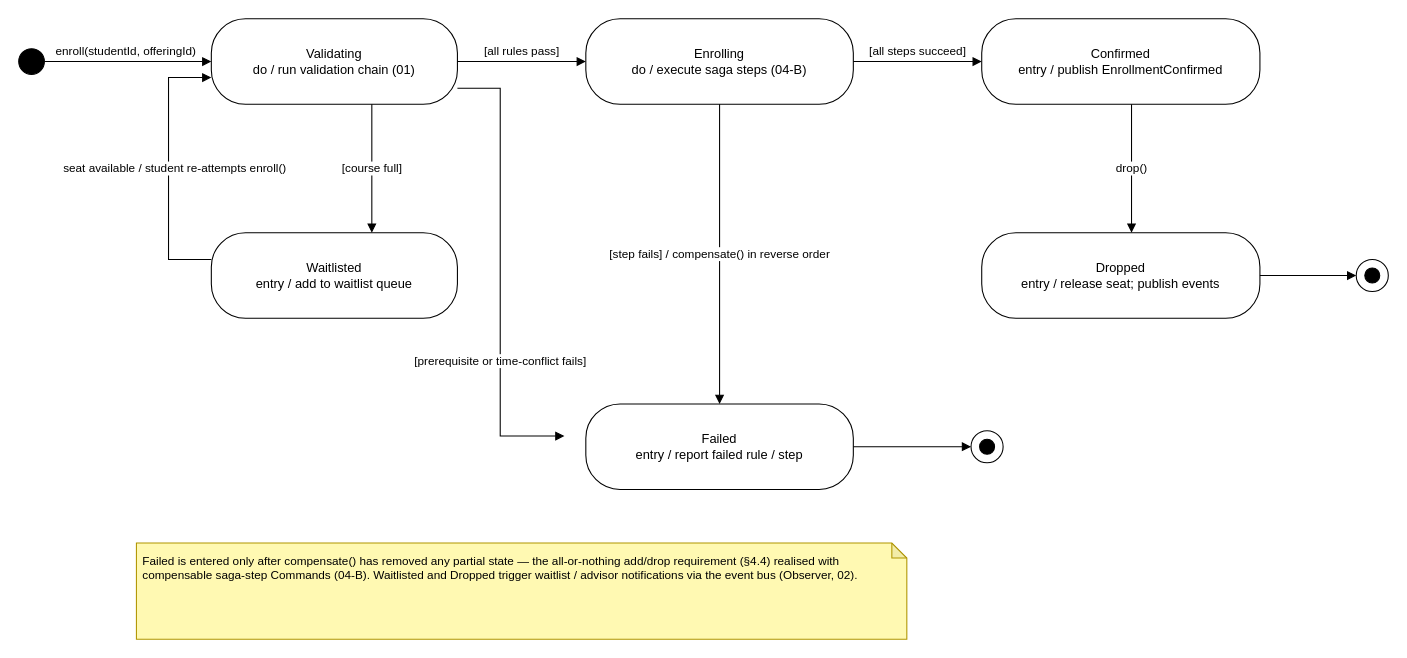
Before: Diagrams/State_diagrams/state-3-enrollment.drawio in Tharusha-dev/soft_architect_redda, a draw.io diagram. Source tidied: cells renumbered, new cells numbered last; positions are measured from the earlier drawing's top-left corner, leaving out a move shared by most shapes. Both pictures are drawn from the tidied source at 107%, with x=0, y=0 at pixel (18, 18).
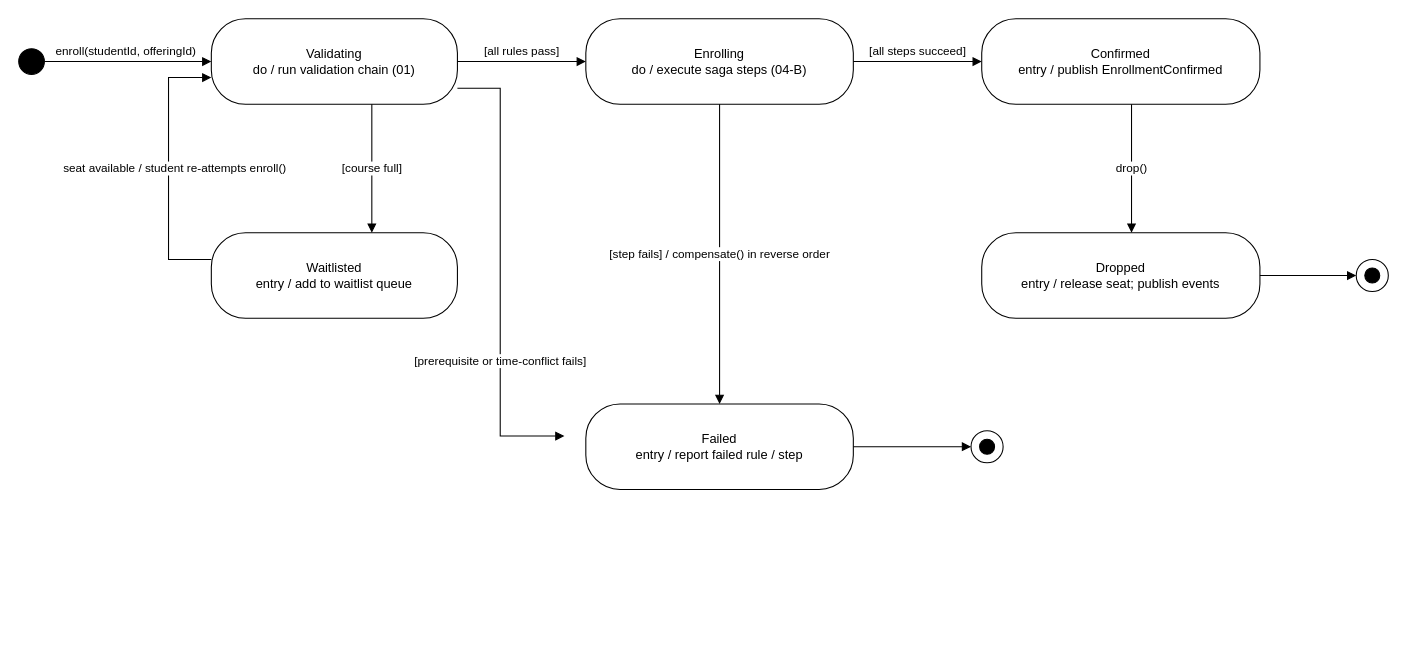
Above is the later version.

Diff of the diagram source:
```diff
@@
-    <mxCell id="23" value="Failed is entered only after compensate() has removed any partial state — the all-or-nothing add/drop requirement (§4.4) realised with compensable saga-step Commands (04-B). Waitlisted and Dropped trigger waitlist / advisor notifications via the event bus (Observer, 02)." style="shape=note;whiteSpace=wrap;html=1;backgroundOutline=1;darkOpacity=0.05;fillColor=#FFF9B2;strokeColor=#B09500;size=14;align=left;verticalAlign=top;spacing=6;fontSize=11;" parent="1" vertex="1">
-      <mxGeometry x="110" y="490" width="720" height="90" as="geometry" />
-    </mxCell>
```
